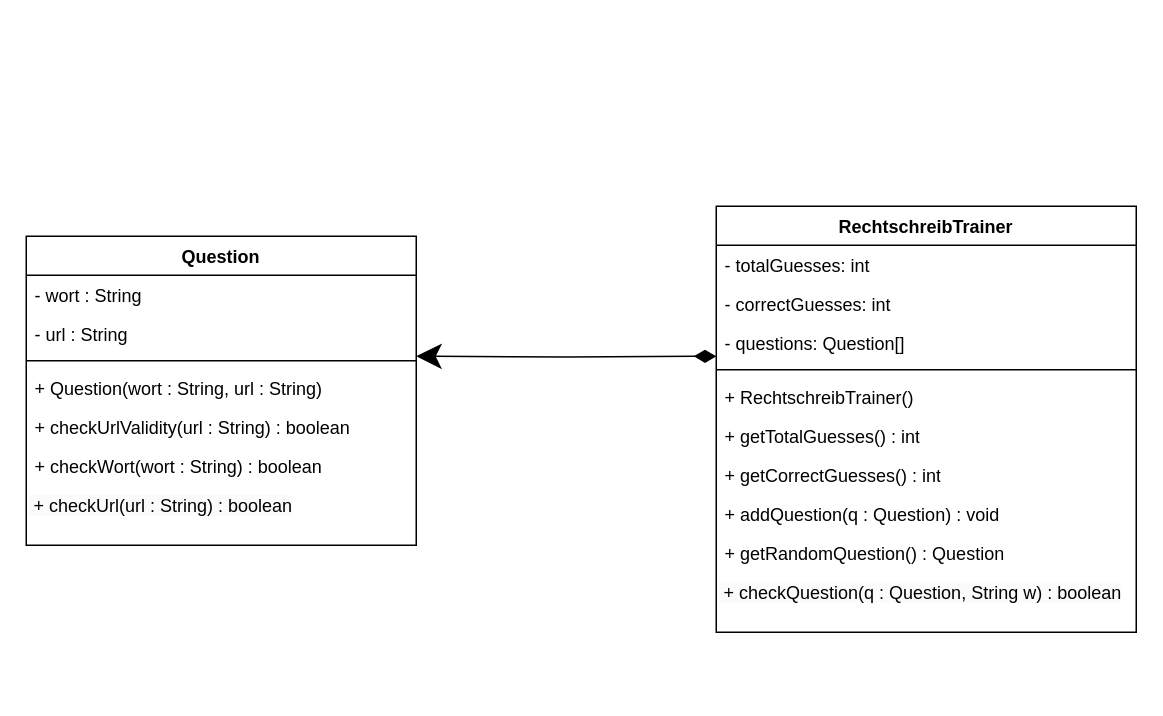
Earlier version of the draw.io diagram Worttrainer.drawio (TGM-HIT/sew9-2425-worttrainer-ahujaankush). Source tidied: cells renumbered, new cells numbered last; positions are measured from the earlier drawing's top-left corner, leaving out a move shared by most shapes. Both pictures are drawn from the tidied source at 150%, with x=0, y=0 at pixel (26, 206).
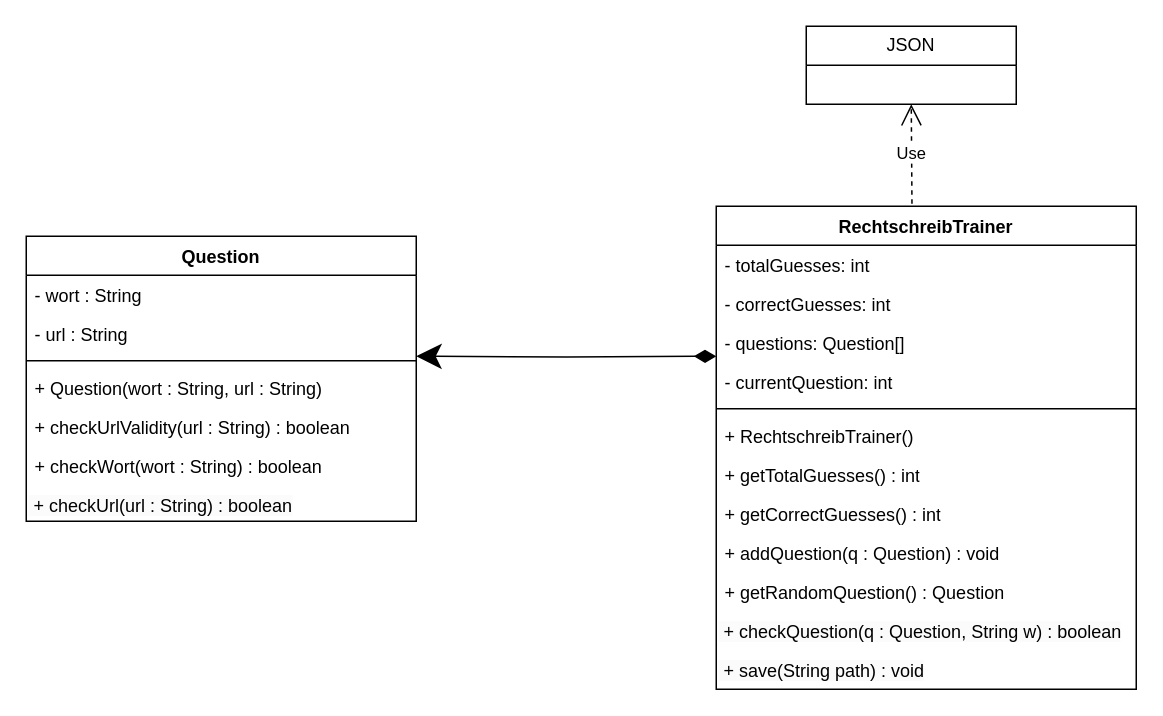
After the change.

Commit message (it also covers changes not shown here):
UML: Add RechtschreibTrainer Persistance

What changed in the source:
```diff
@@
     <mxCell id="2" value="Question" style="swimlane;fontStyle=1;align=center;verticalAlign=top;horizontal=1;startSize=26;whiteSpace=wrap;html=1;" parent="1" vertex="1">
-      <mxGeometry y="20" width="260" height="206" as="geometry" />
+      <mxGeometry y="20" width="260" height="190" as="geometry" />
     </mxCell>
@@
     <mxCell id="9" value="&lt;span style=&quot;color: rgb(0, 0, 0); font-family: Helvetica; font-size: 12px; font-style: normal; font-variant-ligatures: normal; font-variant-caps: normal; font-weight: 400; letter-spacing: normal; orphans: 2; text-align: left; text-indent: 0px; text-transform: none; widows: 2; word-spacing: 0px; -webkit-text-stroke-width: 0px; white-space: normal; background-color: rgb(251, 251, 251); text-decoration-thickness: initial; text-decoration-style: initial; text-decoration-color: initial; display: inline !important; float: none;&quot;&gt;&amp;nbsp;+ checkUrl(url : String) : boolean&lt;/span&gt;" style="text;whiteSpace=wrap;html=1;" parent="2" vertex="1">
-      <mxGeometry y="166" width="260" height="40" as="geometry" />
+      <mxGeometry y="166" width="260" height="24" as="geometry" />
     </mxCell>
     <mxCell id="10" value="RechtschreibTrainer" style="swimlane;fontStyle=1;align=center;verticalAlign=top;horizontal=1;startSize=26;whiteSpace=wrap;html=1;" parent="1" vertex="1">
-      <mxGeometry x="460" width="280" height="284" as="geometry" />
+      <mxGeometry x="460" width="280" height="322" as="geometry" />
     </mxCell>
@@
+    <mxCell id="22" value="- currentQuestion: int" style="text;strokeColor=none;fillColor=none;align=left;verticalAlign=top;spacingLeft=4;spacingRight=4;overflow=hidden;whiteSpace=wrap;html=1;" parent="10" vertex="1">
+      <mxGeometry y="104" width="280" height="26" as="geometry" />
+    </mxCell>
     <mxCell id="14" style="line;strokeWidth=1;fillColor=none;align=left;verticalAlign=middle;spacingTop=-1;spacingLeft=3;spacingRight=3;labelPosition=right;strokeColor=inherit;" parent="10" vertex="1">
-      <mxGeometry y="104" width="280" height="10" as="geometry" />
+      <mxGeometry y="130" width="280" height="10" as="geometry" />
     </mxCell>
     <mxCell id="15" value="+ RechtschreibTrainer()" style="text;strokeColor=none;fillColor=none;align=left;verticalAlign=top;spacingLeft=4;spacingRight=4;overflow=hidden;whiteSpace=wrap;html=1;" parent="10" vertex="1">
-      <mxGeometry y="114" width="280" height="26" as="geometry" />
+      <mxGeometry y="140" width="280" height="26" as="geometry" />
     </mxCell>
     <mxCell id="16" value="+ getTotalGuesses() : int" style="text;strokeColor=none;fillColor=none;align=left;verticalAlign=top;spacingLeft=4;spacingRight=4;overflow=hidden;whiteSpace=wrap;html=1;" parent="10" vertex="1">
-      <mxGeometry y="140" width="280" height="26" as="geometry" />
+      <mxGeometry y="166" width="280" height="26" as="geometry" />
     </mxCell>
     <mxCell id="17" value="+ getCorrectGuesses() : int" style="text;strokeColor=none;fillColor=none;align=left;verticalAlign=top;spacingLeft=4;spacingRight=4;overflow=hidden;whiteSpace=wrap;html=1;" parent="10" vertex="1">
-      <mxGeometry y="166" width="280" height="26" as="geometry" />
+      <mxGeometry y="192" width="280" height="26" as="geometry" />
     </mxCell>
     <mxCell id="18" value="+ addQuestion(q : Question) : void" style="text;strokeColor=none;fillColor=none;align=left;verticalAlign=top;spacingLeft=4;spacingRight=4;overflow=hidden;whiteSpace=wrap;html=1;" parent="10" vertex="1">
-      <mxGeometry y="192" width="280" height="26" as="geometry" />
+      <mxGeometry y="218" width="280" height="26" as="geometry" />
     </mxCell>
     <mxCell id="19" value="+ getRandomQuestion() : Question" style="text;strokeColor=none;fillColor=none;align=left;verticalAlign=top;spacingLeft=4;spacingRight=4;overflow=hidden;whiteSpace=wrap;html=1;" parent="10" vertex="1">
-      <mxGeometry y="218" width="280" height="26" as="geometry" />
+      <mxGeometry y="244" width="280" height="26" as="geometry" />
     </mxCell>
     <mxCell id="20" value="&lt;span style=&quot;color: rgb(0, 0, 0); font-family: Helvetica; font-size: 12px; font-style: normal; font-variant-ligatures: normal; font-variant-caps: normal; font-weight: 400; letter-spacing: normal; orphans: 2; text-align: left; text-indent: 0px; text-transform: none; widows: 2; word-spacing: 0px; -webkit-text-stroke-width: 0px; white-space: normal; background-color: rgb(251, 251, 251); text-decoration-thickness: initial; text-decoration-style: initial; text-decoration-color: initial; display: inline !important; float: none;&quot;&gt;&amp;nbsp;+ checkQuestion(q : Question, String w) : boolean&lt;/span&gt;" style="text;whiteSpace=wrap;html=1;" parent="10" vertex="1">
-      <mxGeometry y="244" width="280" height="40" as="geometry" />
+      <mxGeometry y="270" width="280" height="26" as="geometry" />
     </mxCell>
+    <mxCell id="23" value="&lt;span style=&quot;color: rgb(0, 0, 0); font-family: Helvetica; font-size: 12px; font-style: normal; font-variant-ligatures: normal; font-variant-caps: normal; font-weight: 400; letter-spacing: normal; orphans: 2; text-align: left; text-indent: 0px; text-transform: none; widows: 2; word-spacing: 0px; -webkit-text-stroke-width: 0px; white-space: normal; background-color: rgb(251, 251, 251); text-decoration-thickness: initial; text-decoration-style: initial; text-decoration-color: initial; display: inline !important; float: none;&quot;&gt;&amp;nbsp;+ save(String path) : void&lt;/span&gt;" style="text;whiteSpace=wrap;html=1;" parent="10" vertex="1">
+      <mxGeometry y="296" width="280" height="26" as="geometry" />
+    </mxCell>
@@
+    <mxCell id="24" value="JSON" style="swimlane;fontStyle=0;horizontal=1;startSize=26;fillColor=none;whiteSpace=wrap;html=1;" parent="1" vertex="1">
+      <mxGeometry x="520" y="-120" width="140" height="52" as="geometry" />
+    </mxCell>
+    <mxCell id="25" value="Use" style="endArrow=open;endSize=12;dashed=1;html=1;rounded=0;exitX=0.466;exitY=-0.005;exitDx=0;exitDy=0;exitPerimeter=0;entryX=0.5;entryY=1;entryDx=0;entryDy=0;" parent="1" edge="1" source="10" target="24">
+      <mxGeometry relative="1" as="geometry" />
+    </mxCell>
```
